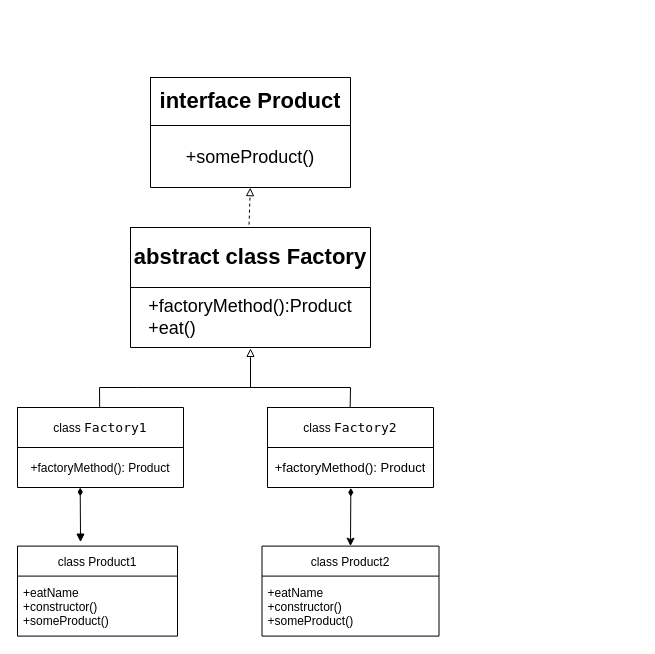
Before: page "Factory" (1 of 5) of Creational/diagrams/diagram.drawio in kruzhambus/patterns-ts, a draw.io diagram. Source tidied: cells renumbered, new cells numbered last; positions are measured from the earlier drawing's top-left corner, leaving out a move shared by most shapes. Both pictures are drawn from the tidied source at 100%, with x=0, y=0 at pixel (17, 77).
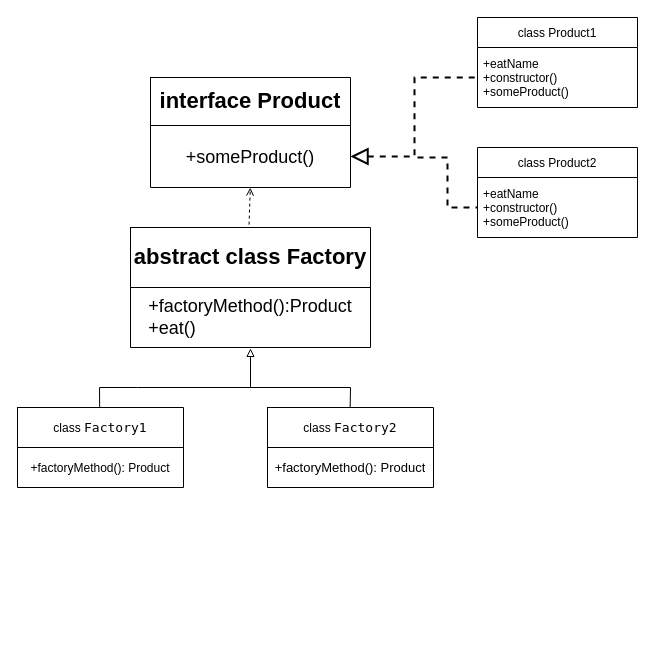
After the change.

The change refers to these unchanged cells:
```xml
<mxCell id="10" style="shape=partialRectangle;fillColor=none;top=0;left=0;bottom=0;right=0;points=[[0,0.5],[1,0.5]];portConstraint=eastwest;" parent="7" vertex="1">
  <mxGeometry y="48" width="200" height="62" as="geometry" />
</mxCell>
<mxCell id="13" style="shape=partialRectangle;fillColor=none;top=0;left=0;bottom=0;right=0;points=[[0,0.5],[1,0.5]];portConstraint=eastwest;" parent="12" vertex="1">
  <mxGeometry width="240" height="60" as="geometry" />
</mxCell>
<mxCell id="20" style="shape=partialRectangle;fillColor=none;top=0;left=0;bottom=0;right=0;points=[[0,0.5],[1,0.5]];portConstraint=eastwest;" parent="17" vertex="1">
  <mxGeometry y="40" width="166" height="40" as="geometry" />
</mxCell>
<mxCell id="28" value="+eatName&#10;+constructor()&#10;+someProduct()" style="text;strokeColor=none;fillColor=none;align=left;verticalAlign=middle;spacingLeft=4;spacingRight=4;overflow=hidden;points=[[0,0.5],[1,0.5]];portConstraint=eastwest;" parent="27" vertex="1">
  <mxGeometry y="30" width="160" height="60" as="geometry" />
</mxCell>
```

Diff of the diagram source:
```diff
@@
-    <mxCell id="2" style="endArrow=block;html=1;rounded=0;fontSize=22;endFill=0;entryX=0.499;entryY=1.002;entryDx=0;entryDy=0;entryPerimeter=0;exitX=0.494;exitY=-0.048;exitDx=0;exitDy=0;exitPerimeter=0;dashed=1;" parent="1" edge="1" source="13" target="10">
+    <mxCell id="2" style="endArrow=open;html=1;rounded=0;fontSize=22;endFill=0;entryX=0.499;entryY=1.002;entryDx=0;entryDy=0;entryPerimeter=0;exitX=0.494;exitY=-0.048;exitDx=0;exitDy=0;exitPerimeter=0;dashed=1;" parent="1" edge="1" source="13" target="10">
       <mxGeometry relative="1" as="geometry" />
     </mxCell>
@@
-    <mxCell id="6" style="endArrow=classic;html=1;rounded=0;fontSize=16;entryX=0.5;entryY=0;entryDx=0;entryDy=0;exitX=0.502;exitY=1.01;exitDx=0;exitDy=0;startArrow=diamondThin;startFill=1;exitPerimeter=0;" parent="1" edge="1" source="20" target="30">
-      <mxGeometry relative="1" as="geometry" />
-    </mxCell>
@@
     <mxCell id="27" value="class Product1" style="swimlane;fontStyle=0;horizontal=1;startSize=30;" parent="1" vertex="1">
-      <mxGeometry y="468.6" width="160" height="90" as="geometry" />
+      <mxGeometry x="460" y="-60" width="160" height="90" as="geometry" />
     </mxCell>
@@
-    <mxCell id="29" style="endArrow=block;html=1;rounded=0;fontSize=16;exitX=0.498;exitY=1.034;exitDx=0;exitDy=0;startArrow=diamondThin;startFill=1;exitPerimeter=0;endFill=1;entryX=0.394;entryY=-0.044;entryDx=0;entryDy=0;entryPerimeter=0;" parent="1" edge="1" target="27">
-      <mxGeometry relative="1" as="geometry">
-        <mxPoint x="62.7" y="410" as="sourcePoint" />
-      </mxGeometry>
-    </mxCell>
     <mxCell id="30" value="class Product2" style="swimlane;fontStyle=0;horizontal=1;startSize=30;" parent="1" vertex="1">
-      <mxGeometry x="244.5" y="468.6" width="177" height="90" as="geometry" />
+      <mxGeometry x="460" y="70" width="160" height="90" as="geometry" />
     </mxCell>
     <mxCell id="31" value="+eatName&#10;+constructor()&#10;+someProduct()" style="text;strokeColor=none;fillColor=none;align=left;verticalAlign=middle;spacingLeft=4;spacingRight=4;overflow=hidden;points=[[0,0.5],[1,0.5]];portConstraint=eastwest;" parent="30" vertex="1">
-      <mxGeometry y="30" width="177" height="60" as="geometry" />
+      <mxGeometry y="30" width="160" height="60" as="geometry" />
     </mxCell>
+    <mxCell id="32" style="endArrow=none;html=1;rounded=0;fontSize=19;startSize=13;endSize=11;targetPerimeterSpacing=0;strokeWidth=2;entryX=0;entryY=0.5;entryDx=0;entryDy=0;exitX=1;exitY=0.5;exitDx=0;exitDy=0;edgeStyle=elbowEdgeStyle;dashed=1;startArrow=block;startFill=0;" parent="1" edge="1" source="10" target="28">
+      <mxGeometry relative="1" as="geometry" />
+    </mxCell>
+    <mxCell id="33" style="endArrow=none;html=1;rounded=0;dashed=1;fontSize=19;startSize=13;endSize=11;targetPerimeterSpacing=0;strokeWidth=2;entryX=0;entryY=0.5;entryDx=0;entryDy=0;edgeStyle=elbowEdgeStyle;" parent="1" edge="1" target="31">
+      <mxGeometry relative="1" as="geometry">
+        <mxPoint x="400" y="80" as="sourcePoint" />
+      </mxGeometry>
+    </mxCell>
```
